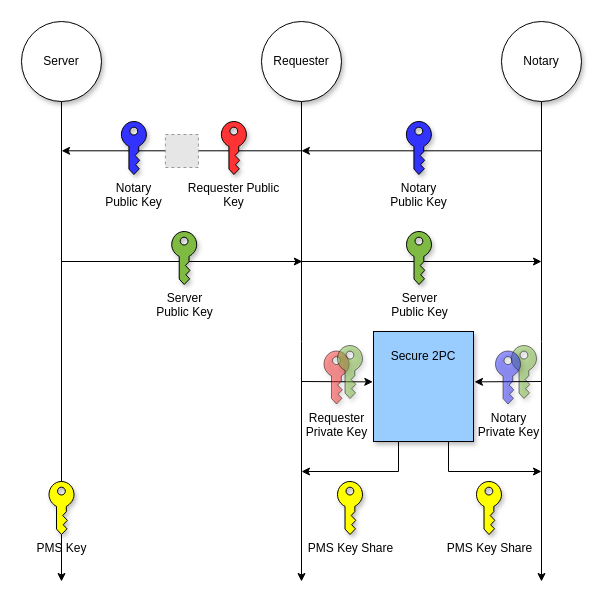
tlsnotary/docs-mdbook keeps this draw.io diagram as diagrams/key_exchange.drawio. Above is the earlier version. Source tidied: cells renumbered, new cells numbered last; positions are measured from the earlier drawing's top-left corner, leaving out a move shared by most shapes. Both pictures are drawn from the tidied source at 100%, with x=0, y=0 at pixel (21, 21). Pictures stored in the file or linked from it are replaced by grey dashed boxes.
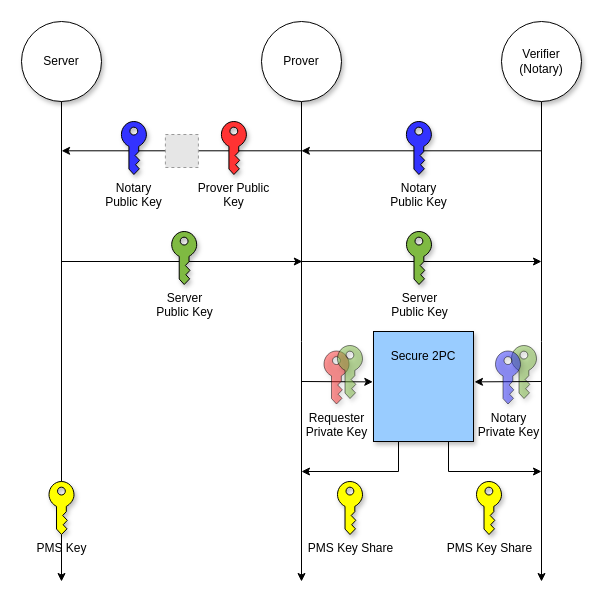
The same page after the edit.

Change to the diagram source:
```diff
@@
-    <mxCell id="4" value="Requester" style="ellipse;whiteSpace=wrap;html=1;shadow=1;" parent="1" vertex="1">
+    <mxCell id="4" value="Prover" style="ellipse;whiteSpace=wrap;html=1;shadow=1;" parent="1" vertex="1">
       <mxGeometry x="240" width="80" height="80" as="geometry" />
     </mxCell>
@@
-    <mxCell id="8" value="Notary" style="ellipse;whiteSpace=wrap;html=1;shadow=1;" parent="1" vertex="1">
+    <mxCell id="8" value="Verifier&lt;br&gt;(Notary)" style="ellipse;whiteSpace=wrap;html=1;shadow=1;" parent="1" vertex="1">
       <mxGeometry x="480" width="80" height="80" as="geometry" />
     </mxCell>
@@
-    <mxCell id="17" value="Requester Public &lt;br&gt;Key" style="sketch=0;shadow=1;dashed=0;html=1;strokeColor=default;labelPosition=center;verticalLabelPosition=bottom;verticalAlign=top;align=center;shape=mxgraph.office.security.key_permissions;fillColor=#FF3333;" parent="1" vertex="1">
+    <mxCell id="17" value="Prover Public &lt;br&gt;Key" style="sketch=0;shadow=1;dashed=0;html=1;strokeColor=default;labelPosition=center;verticalLabelPosition=bottom;verticalAlign=top;align=center;shape=mxgraph.office.security.key_permissions;fillColor=#FF3333;" parent="1" vertex="1">
       <mxGeometry x="199.9" y="100" width="25" height="53" as="geometry" />
     </mxCell>
```
